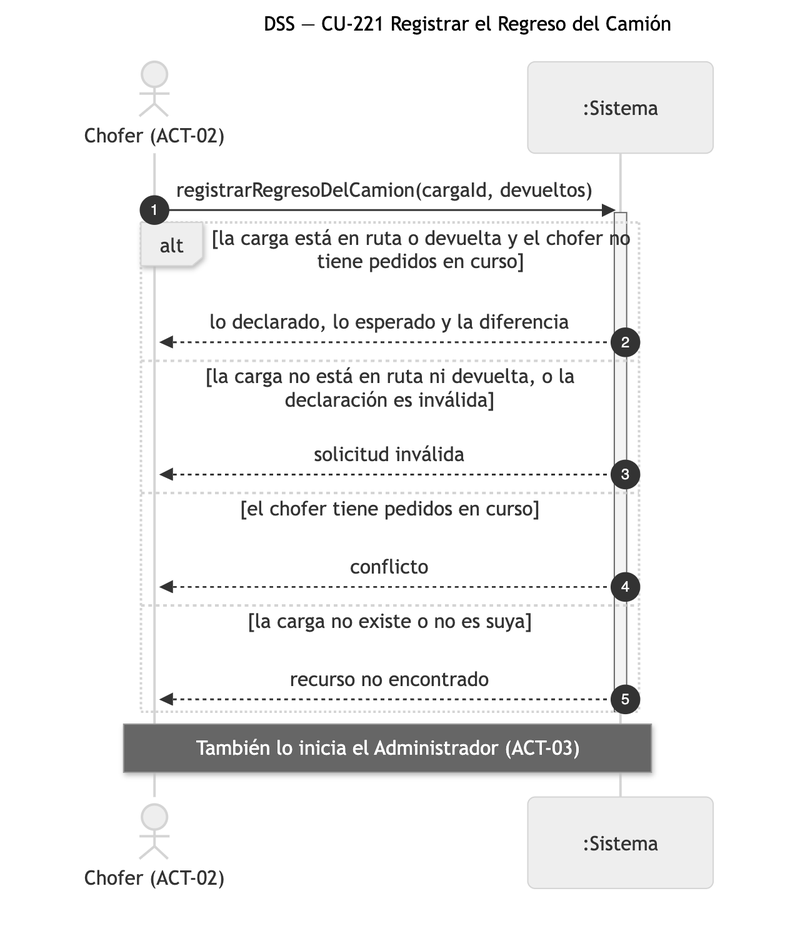
Earlier version of the Mermaid export diagramas/png/DSS_CU-221_Registrar-el-Regreso-del-Camion.png (Nahuelito-Dev/splg-docs). Its source is kept beside it as diagramas/DSS_CU-221_Registrar-el-Regreso-del-Camion.mmd.
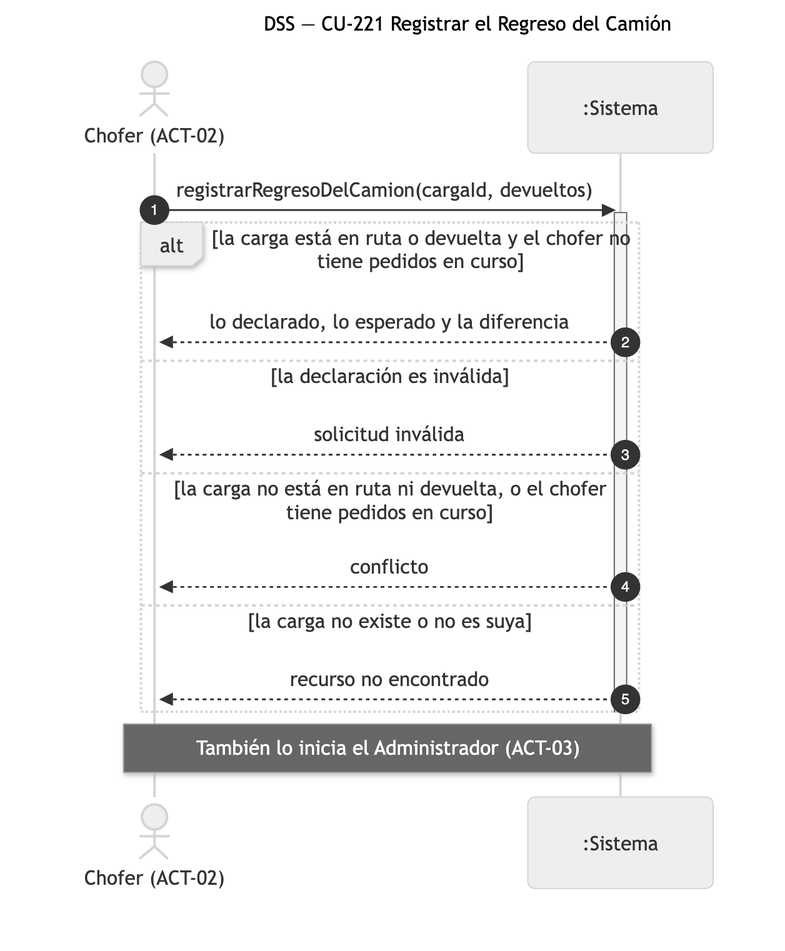
Above is the later version.

The edit, as a diff of the source:
```diff
@@ -8,9 +8,9 @@
     activate SIS
     alt la carga está en ruta o devuelta y el chofer no tiene pedidos en curso
         SIS-->>CHO: lo declarado, lo esperado y la diferencia
-    else la carga no está en ruta ni devuelta, o la declaración es inválida
+    else la declaración es inválida
         SIS-->>CHO: solicitud inválida
-    else el chofer tiene pedidos en curso
+    else la carga no está en ruta ni devuelta, o el chofer tiene pedidos en curso
         SIS-->>CHO: conflicto
     else la carga no existe o no es suya
         SIS-->>CHO: recurso no encontrado
```
